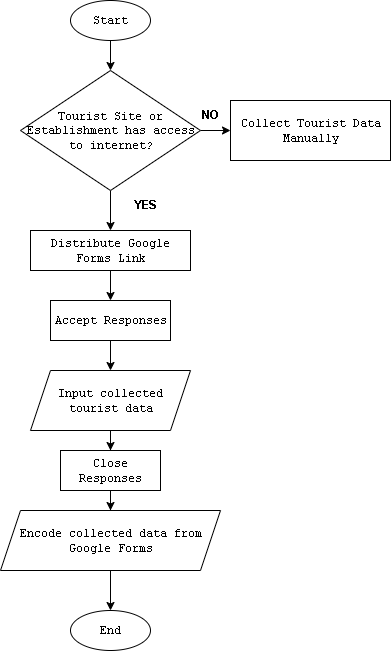
This is Deliverables/flowchart3.png from LittleEins/Thesis-Collab, a draw.io export, as it was before one commit. Source tidied: cells renumbered, new cells last; positions are measured from the earlier drawing's top-left corner, leaving out a move shared by most shapes.
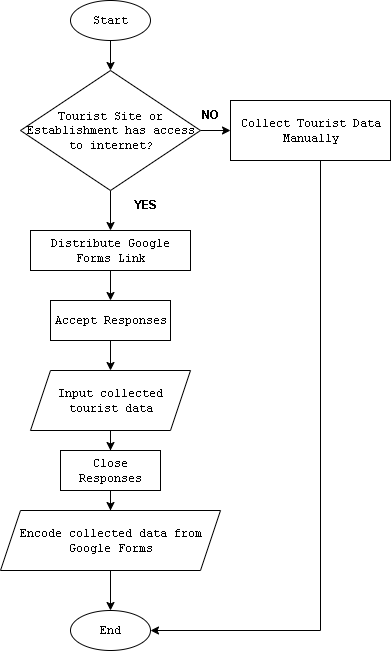
Above is the later version.

The edit, as a diff of the source:
```diff
@@ -59,5 +59,13 @@
     <mxCell id="20" value="End" style="ellipse;whiteSpace=wrap;html=1;fontFamily=Courier New;spacingLeft=1;" parent="1" vertex="1">
       <mxGeometry x="70" y="610" width="80" height="40" as="geometry" />
     </mxCell>
+    <mxCell id="21" style="rounded=0;jettySize=auto;html=1;edgeStyle=orthogonalEdgeStyle;entryX=1;entryY=0.5;entryDx=0;entryDy=0;" parent="1" edge="1" target="20">
+      <mxGeometry relative="1" as="geometry">
+        <mxPoint x="320" y="160" as="sourcePoint" />
+        <Array as="points">
+          <mxPoint x="320" y="630" />
+        </Array>
+      </mxGeometry>
+    </mxCell>
   </root>
 </mxGraphModel>
```
